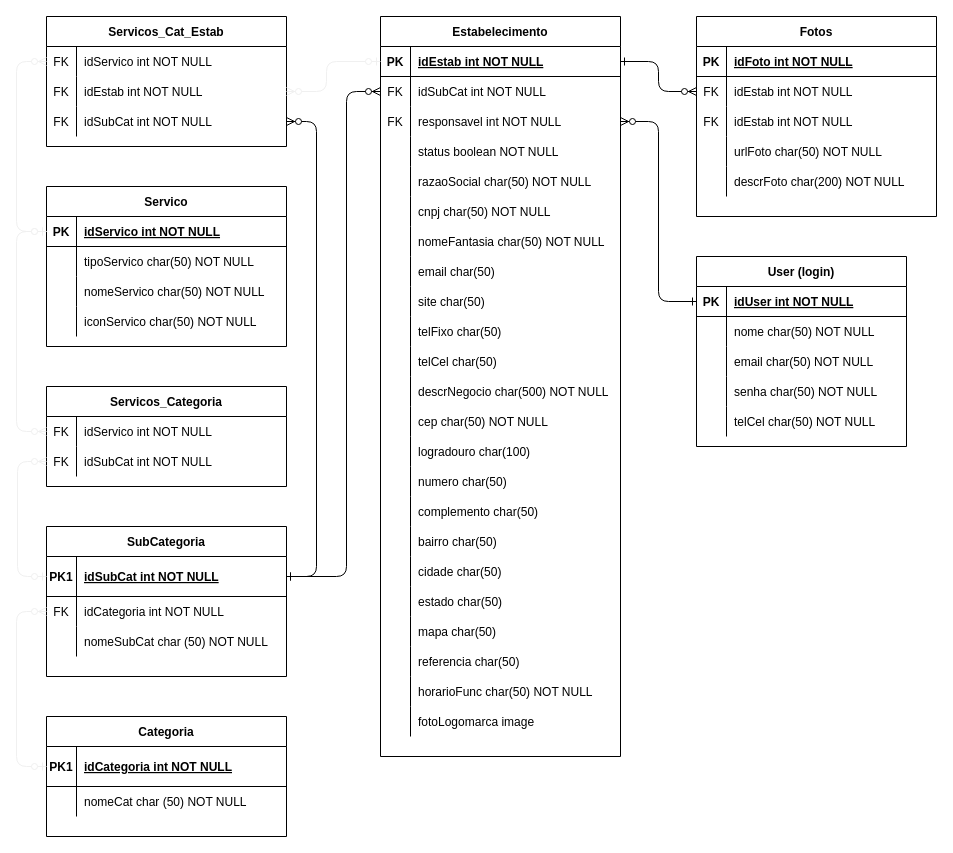
Above: Docs/Diagrama-DER_v1.4.drawio in CarlosProcidio/PCDEVS1G2 (draw.io), before the change. Source tidied: cells renumbered, new cells numbered last; positions are measured from the earlier drawing's top-left corner, leaving out a move shared by most shapes. Both pictures are drawn from the tidied source at 100%, with x=0, y=0 at pixel (16, 16).
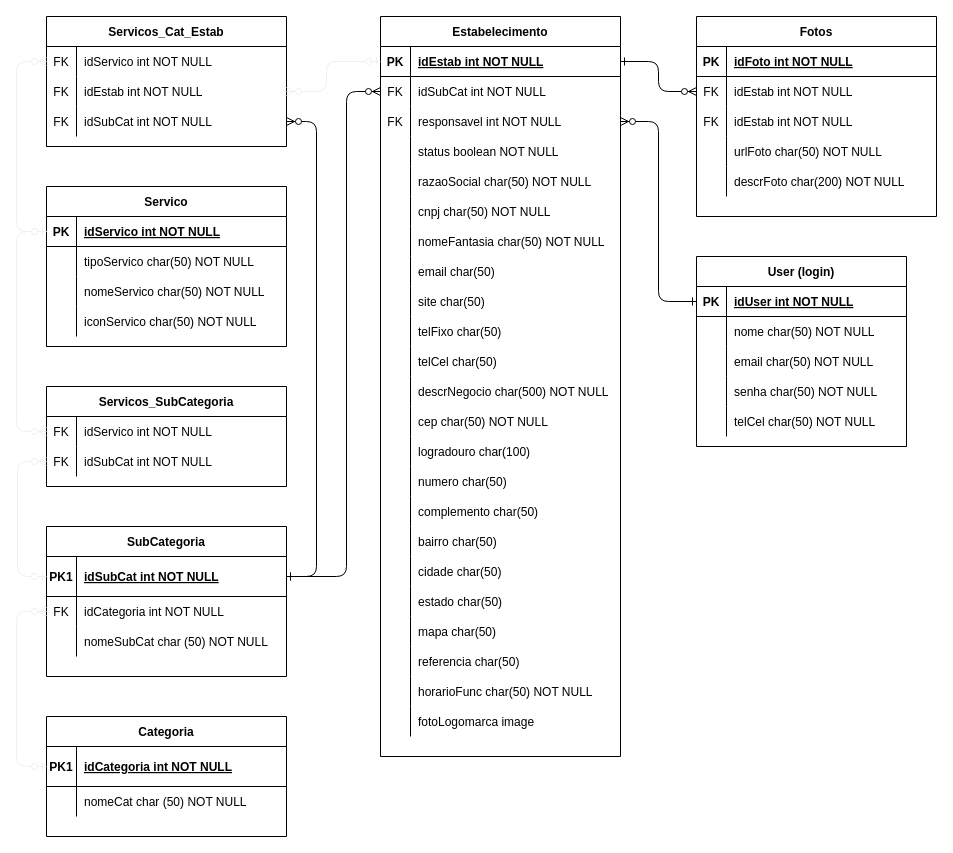
The same diagram, later.

Change to the diagram source:
```diff
@@
-    <mxCell id="88" value="Servicos_Categoria" style="shape=table;startSize=30;childLayout=tableLayout;rowLines=0;fontStyle=1;align=center;" parent="1" vertex="1">
+    <mxCell id="88" value="Servicos_SubCategoria" style="shape=table;startSize=30;childLayout=tableLayout;rowLines=0;fontStyle=1;align=center;" parent="1" vertex="1">
       <mxGeometry x="30" y="370" width="240" height="100" as="geometry" />
     </mxCell>
```
